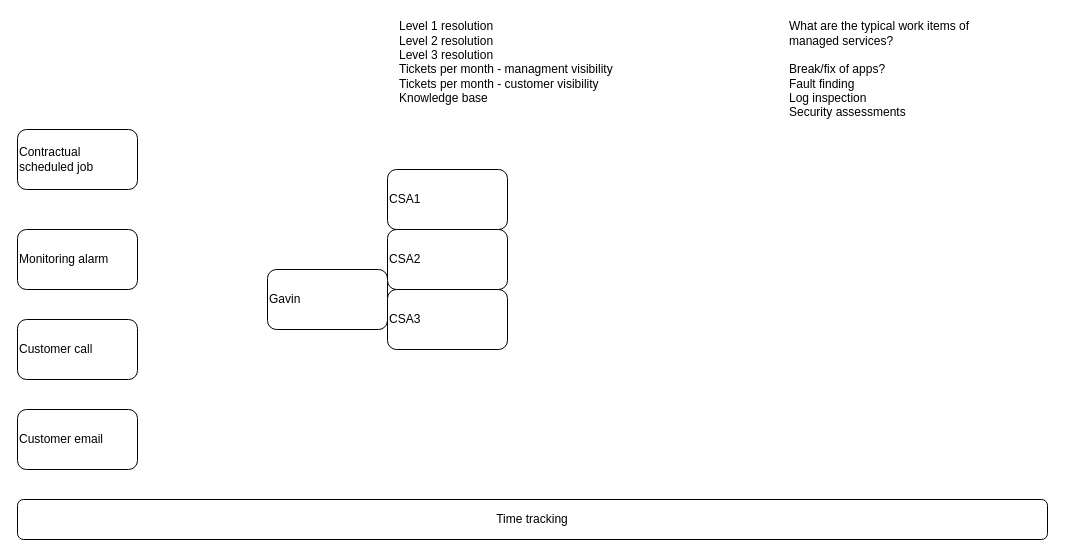
This is page "MS" (3 of 3) of Processes.drawio from taupoali/awsdiagrams, a draw.io file, before an edit. Source tidied: cells renumbered, new cells numbered last; positions are measured from the earlier drawing's top-left corner, leaving out a move shared by most shapes. Both pictures are drawn from the tidied source at 100%, with x=0, y=0 at pixel (17, 27).
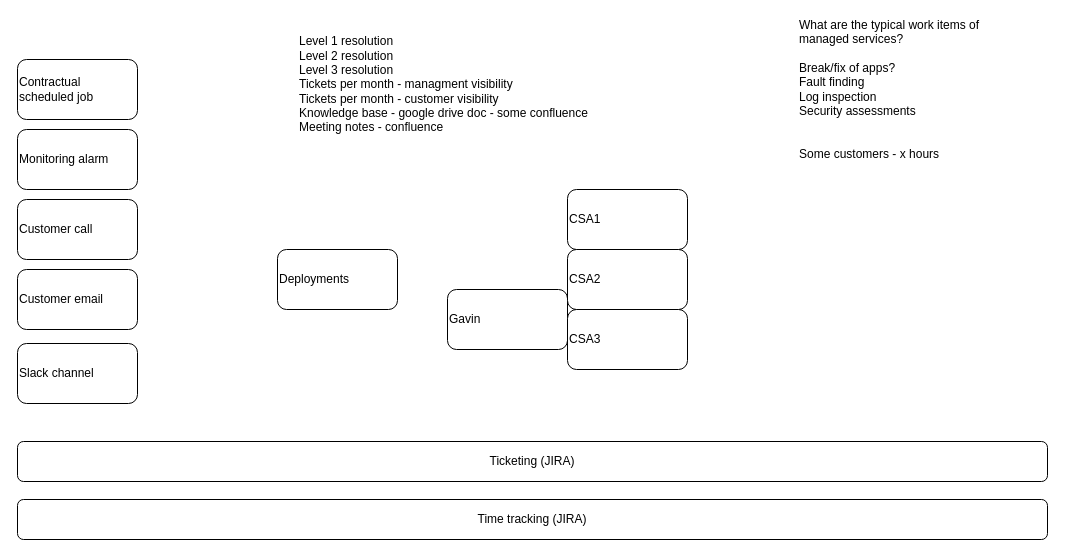
The same diagram, later.

Change to the diagram source:
```diff
@@
 <mxGraphModel>
   <root>
     <mxCell id="0" />
     <mxCell id="1" parent="0" />
     <mxCell id="2" value="Monitoring alarm" style="rounded=1;whiteSpace=wrap;html=1;align=left;" parent="1" vertex="1">
-      <mxGeometry y="202" width="120" height="60" as="geometry" />
+      <mxGeometry y="102" width="120" height="60" as="geometry" />
     </mxCell>
     <mxCell id="3" value="Customer call" style="rounded=1;whiteSpace=wrap;html=1;align=left;" parent="1" vertex="1">
-      <mxGeometry y="292" width="120" height="60" as="geometry" />
+      <mxGeometry y="172" width="120" height="60" as="geometry" />
     </mxCell>
     <mxCell id="4" value="Customer email" style="rounded=1;whiteSpace=wrap;html=1;align=left;" parent="1" vertex="1">
-      <mxGeometry y="382" width="120" height="60" as="geometry" />
+      <mxGeometry y="242" width="120" height="60" as="geometry" />
     </mxCell>
     <mxCell id="5" value="Contractual scheduled job" style="rounded=1;whiteSpace=wrap;html=1;align=left;" parent="1" vertex="1">
-      <mxGeometry y="102" width="120" height="60" as="geometry" />
+      <mxGeometry y="32" width="120" height="60" as="geometry" />
     </mxCell>
-    <mxCell id="6" value="Time tracking" style="rounded=1;whiteSpace=wrap;html=1;align=center;" parent="1" vertex="1">
+    <mxCell id="6" value="Time tracking (JIRA)" style="rounded=1;whiteSpace=wrap;html=1;align=center;" parent="1" vertex="1">
       <mxGeometry y="472" width="1030" height="40" as="geometry" />
     </mxCell>
     <mxCell id="7" value="Gavin" style="rounded=1;whiteSpace=wrap;html=1;align=left;" parent="1" vertex="1">
-      <mxGeometry x="250" y="242" width="120" height="60" as="geometry" />
+      <mxGeometry x="430" y="262" width="120" height="60" as="geometry" />
     </mxCell>
     <mxCell id="8" value="CSA1" style="rounded=1;whiteSpace=wrap;html=1;align=left;" parent="1" vertex="1">
-      <mxGeometry x="370" y="142" width="120" height="60" as="geometry" />
+      <mxGeometry x="550" y="162" width="120" height="60" as="geometry" />
     </mxCell>
     <mxCell id="9" value="CSA2" style="rounded=1;whiteSpace=wrap;html=1;align=left;" parent="1" vertex="1">
-      <mxGeometry x="370" y="202" width="120" height="60" as="geometry" />
+      <mxGeometry x="550" y="222" width="120" height="60" as="geometry" />
     </mxCell>
     <mxCell id="10" value="CSA3" style="rounded=1;whiteSpace=wrap;html=1;align=left;" parent="1" vertex="1">
-      <mxGeometry x="370" y="262" width="120" height="60" as="geometry" />
+      <mxGeometry x="550" y="282" width="120" height="60" as="geometry" />
     </mxCell>
-    <mxCell id="11" value="Level 1 resolution&amp;nbsp;&lt;br&gt;Level 2 resolution&lt;br&gt;Level 3 resolution&lt;br&gt;Tickets per month - managment visibility&lt;br&gt;Tickets per month - customer visibility&lt;br&gt;Knowledge base&lt;br&gt;&lt;div&gt;&lt;br&gt;&lt;/div&gt;" style="text;html=1;strokeColor=none;fillColor=none;align=left;verticalAlign=middle;whiteSpace=wrap;rounded=0;" parent="1" vertex="1">
-      <mxGeometry x="380" y="12" width="280" height="60" as="geometry" />
+    <mxCell id="11" value="Level 1 resolution&amp;nbsp;&lt;br&gt;Level 2 resolution&lt;br&gt;Level 3 resolution&lt;br&gt;Tickets per month - managment visibility&lt;br&gt;Tickets per month - customer visibility&lt;br&gt;Knowledge base - google drive doc - some confluence&lt;br&gt;Meeting notes - confluence" style="text;html=1;strokeColor=none;fillColor=none;align=left;verticalAlign=middle;whiteSpace=wrap;rounded=0;" parent="1" vertex="1">
+      <mxGeometry x="280" y="12" width="430" height="90" as="geometry" />
     </mxCell>
-    <mxCell id="12" value="What are the typical work items of managed services?&lt;br&gt;&lt;br&gt;Break/fix of apps?&lt;br&gt;Fault finding&lt;br&gt;Log inspection&lt;br&gt;Security assessments" style="text;html=1;strokeColor=none;fillColor=none;align=left;verticalAlign=middle;whiteSpace=wrap;rounded=0;" parent="1" vertex="1">
-      <mxGeometry x="770" y="-0.5" width="200" height="85" as="geometry" />
+    <mxCell id="12" value="What are the typical work items of managed services?&lt;br&gt;&lt;br&gt;Break/fix of apps?&lt;br&gt;Fault finding&lt;br&gt;Log inspection&lt;br&gt;Security assessments&lt;br&gt;&lt;br&gt;&lt;br&gt;Some customers - x hours&lt;br&gt;" style="text;html=1;strokeColor=none;fillColor=none;align=left;verticalAlign=middle;whiteSpace=wrap;rounded=0;" parent="1" vertex="1">
+      <mxGeometry x="780" y="19.5" width="200" height="85" as="geometry" />
     </mxCell>
+    <mxCell id="13" value="Deployments" style="rounded=1;whiteSpace=wrap;html=1;align=left;" parent="1" vertex="1">
+      <mxGeometry x="260" y="222" width="120" height="60" as="geometry" />
+    </mxCell>
+    <mxCell id="14" value="Slack channel" style="rounded=1;whiteSpace=wrap;html=1;align=left;" parent="1" vertex="1">
+      <mxGeometry y="316" width="120" height="60" as="geometry" />
+    </mxCell>
+    <mxCell id="15" value="Ticketing (JIRA)" style="rounded=1;whiteSpace=wrap;html=1;align=center;" parent="1" vertex="1">
+      <mxGeometry y="414" width="1030" height="40" as="geometry" />
+    </mxCell>
   </root>
 </mxGraphModel>
```
